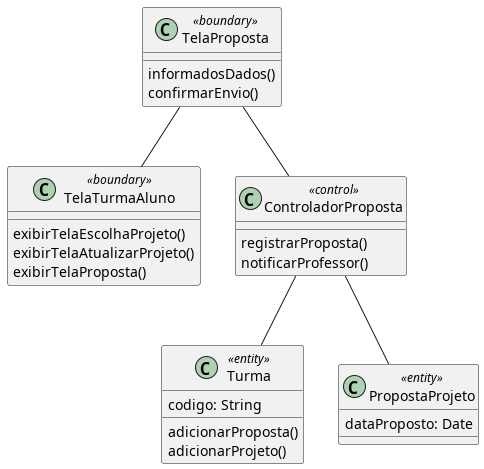
Pedro-V/projetorium keeps this PlantUML diagram as diagramas/classe_projeto/propor_projeto.png. Above is the earlier version. Source of this version:
```plantuml
@startuml

!includesub base.puml!Turma
!includesub base.puml!PropostaProjeto
!includesub base_telas.puml!TelaTurmaAluno

class TelaProposta <<boundary>> {
  informadosDados()
  confirmarEnvio()
}

class ControladorProposta <<control>> {
  registrarProposta()
  notificarProfessor()
}

TelaProposta -- TelaTurmaAluno
TelaProposta -- ControladorProposta
ControladorProposta -- PropostaProjeto
ControladorProposta -- Turma

@enduml
```
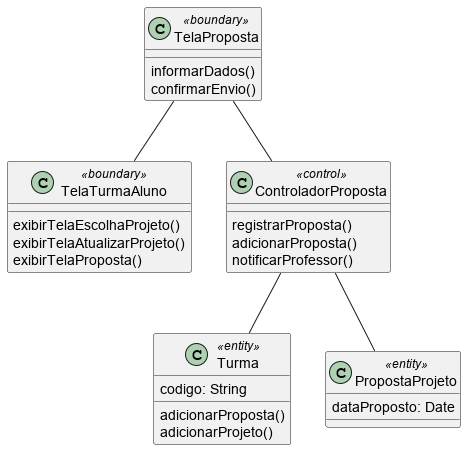
Later version of the same file.

Diff of the diagram source:
```diff
@@ -5,12 +5,13 @@
 !includesub base_telas.puml!TelaTurmaAluno
 
 class TelaProposta <<boundary>> {
-  informadosDados()
+  informarDados()
   confirmarEnvio()
 }
 
 class ControladorProposta <<control>> {
   registrarProposta()
+  adicionarProposta()
   notificarProfessor()
 }
 
```
